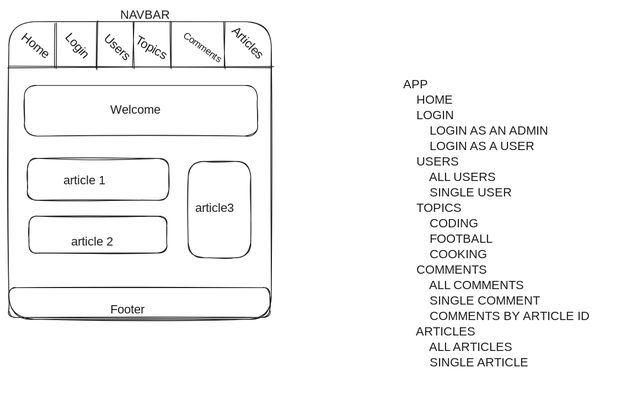
The Excalidraw diagram .excalidraw.svg in yusufhalilyusuf/fe-nc-news, before a commit. Source tidied: one line per element, renumbered; positions are measured from the earlier drawing's top-left corner, leaving out a move shared by most shapes.
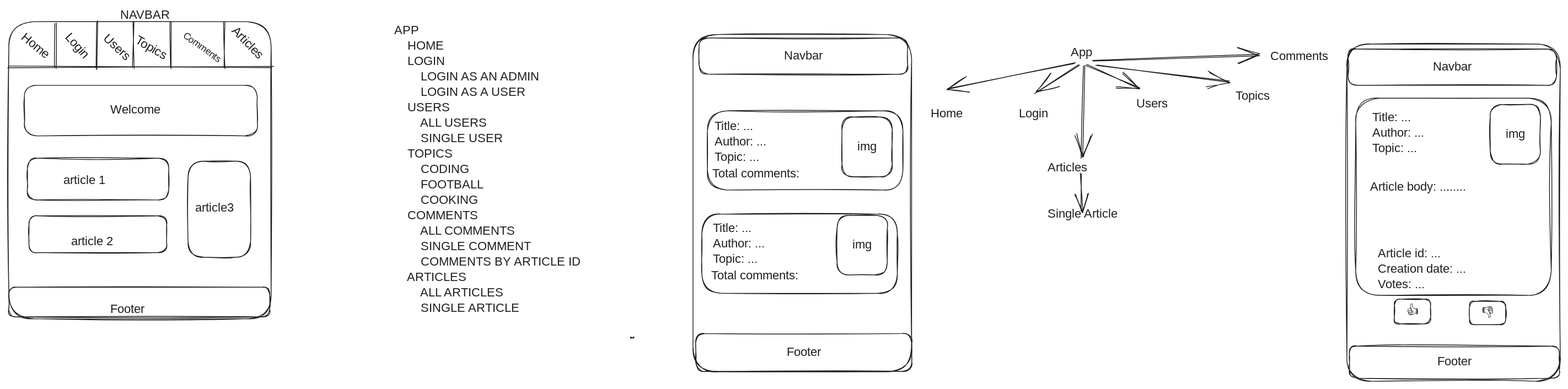
After the change.

Commit message:
added wireframe for articles

Change to the diagram source:
```diff
@@ -16,10 +16,55 @@
 {"id": 15, "type": "text", "text": "article 1", "strokeColor": "#1e1e1e", "strokeWidth": 1, "roughness": 1, "fontSize": 16, "fontFamily": 1, "x": 71, "y": 214, "width": 63, "height": 20}
 {"id": 16, "type": "text", "text": "article 2", "strokeColor": "#1e1e1e", "strokeWidth": 1, "roughness": 1, "fontSize": 16, "fontFamily": 1, "x": 81, "y": 293, "width": 70, "height": 20}
 {"id": 17, "type": "text", "text": "article3", "strokeColor": "#1e1e1e", "strokeWidth": 1, "roughness": 1, "fontSize": 16, "fontFamily": 1, "x": 242, "y": 250, "width": 62, "height": 20}
-{"id": 18, "type": "text", "text": "APP\n    HOME\n    LOGIN\n        LOGIN AS AN ADMIN\n        LOGIN AS A USER\n    USERS\n        ALL USERS\n        SINGLE USER\n    TOPICS\n        CODING\n        FOOTBALL\n        COOKING\n    COMMENTS\n        ALL COMMENTS\n        SINGLE COMMENT\n        COMMENTS BY ARTICLE ID\n    ARTICLES\n        ALL ARTICLES\n        SINGLE ARTICLE\n        ", "strokeColor": "#1e1e1e", "strokeWidth": 1, "roughness": 1, "fontSize": 16, "fontFamily": 1, "x": 511, "y": 90, "width": 293, "height": 400}
+{"id": 18, "type": "text", "text": "APP\n    HOME\n    LOGIN\n        LOGIN AS AN ADMIN\n        LOGIN AS A USER\n    USERS\n        ALL USERS\n        SINGLE USER\n    TOPICS\n        CODING\n        FOOTBALL\n        COOKING\n    COMMENTS\n        ALL COMMENTS\n        SINGLE COMMENT\n        COMMENTS BY ARTICLE ID\n    ARTICLES\n        ALL ARTICLES\n        SINGLE ARTICLE\n        ", "strokeColor": "#1e1e1e", "strokeWidth": 1, "roughness": 1, "fontSize": 16, "fontFamily": 1, "x": 499, "y": 20, "width": 293, "height": 400}
 {"id": 19, "type": "text", "text": "NAVBAR", "strokeColor": "#1e1e1e", "strokeWidth": 1, "roughness": 1, "fontSize": 16, "fontFamily": 1, "x": 145, "y": 0, "width": 62, "height": 20}
 {"id": 20, "type": "text", "text": "Topics", "strokeColor": "#1e1e1e", "angle": 0.52, "strokeWidth": 1, "roughness": 1, "fontSize": 16, "fontFamily": 1, "x": 162, "y": 44, "width": 50, "height": 20}
 {"id": 21, "type": "line", "strokeColor": "#1e1e1e", "strokeWidth": 1, "roughness": 1, "round": true, "x": 162, "y": 18, "width": 1, "height": 60, "points": [[0, 0], [-1, 60]]}
 {"id": 22, "type": "line", "strokeColor": "#1e1e1e", "strokeWidth": 1, "roughness": 1, "round": true, "x": 115, "y": 17, "width": 1, "height": 63, "points": [[0, 0], [-1, 63]]}
 {"id": 23, "type": "line", "strokeColor": "#1e1e1e", "strokeWidth": 1, "roughness": 1, "round": true, "x": 60, "y": 19, "width": 0, "height": 60, "points": [[0, 0], [0, 60]]}
 {"id": 24, "type": "text", "text": "Login", "strokeColor": "#1e1e1e", "angle": 0.84, "strokeWidth": 1, "roughness": 1, "fontSize": 16, "fontFamily": 1, "x": 69, "y": 39, "width": 37, "height": 20}
+{"id": 25, "type": "rectangle", "strokeColor": "#1e1e1e", "strokeWidth": 1, "roughness": 1, "round": true, "x": 887, "y": 35, "width": 283, "height": 437}
+{"id": 26, "type": "rectangle", "strokeColor": "#1e1e1e", "strokeWidth": 1, "roughness": 1, "round": true, "x": 894, "y": 39, "width": 270, "height": 47}
+{"id": 27, "type": "text", "text": "Navbar", "strokeColor": "#1e1e1e", "strokeWidth": 1, "roughness": 1, "fontSize": 16, "fontFamily": 1, "textAlign": "center", "verticalAlign": "middle", "inside": 26, "x": 1002, "y": 53, "width": 55, "height": 20}
+{"id": 28, "type": "rectangle", "strokeColor": "#1e1e1e", "strokeWidth": 1, "roughness": 1, "round": true, "x": 905, "y": 134, "width": 253, "height": 103}
+{"id": 29, "type": "text", "text": "Title: ...\nAuthor: ...\nTopic: ...", "strokeColor": "#1e1e1e", "strokeWidth": 1, "roughness": 1, "fontSize": 16, "fontFamily": 1, "x": 914, "y": 144, "width": 77, "height": 60}
+{"id": 30, "type": "rectangle", "strokeColor": "#1e1e1e", "strokeWidth": 1, "roughness": 1, "round": true, "x": 1080, "y": 142, "width": 65, "height": 77}
+{"id": 31, "type": "text", "text": "img", "strokeColor": "#1e1e1e", "strokeWidth": 1, "roughness": 1, "fontSize": 16, "fontFamily": 1, "textAlign": "center", "verticalAlign": "middle", "inside": 30, "x": 1101, "y": 170, "width": 22, "height": 20}
+{"id": 32, "type": "text", "text": "Total comments:", "strokeColor": "#1e1e1e", "strokeWidth": 1, "roughness": 1, "fontSize": 16, "fontFamily": 1, "x": 912, "y": 206, "width": 129, "height": 20}
+{"id": 33, "type": "text", "text": "Title: ...\nAuthor: ...\nTopic: ...", "strokeColor": "#1e1e1e", "strokeWidth": 1, "roughness": 1, "fontSize": 16, "fontFamily": 1, "x": 913, "y": 276, "width": 77, "height": 60}
+{"id": 34, "type": "rectangle", "strokeColor": "#1e1e1e", "strokeWidth": 1, "roughness": 1, "round": true, "x": 1073, "y": 269, "width": 65, "height": 77}
+{"id": 35, "type": "text", "text": "img", "strokeColor": "#1e1e1e", "strokeWidth": 1, "roughness": 1, "fontSize": 16, "fontFamily": 1, "textAlign": "center", "verticalAlign": "middle", "inside": 34, "x": 1095, "y": 298, "width": 22, "height": 20}
+{"id": 36, "type": "text", "text": "Total comments:", "strokeColor": "#1e1e1e", "strokeWidth": 1, "roughness": 1, "fontSize": 16, "fontFamily": 1, "x": 910, "y": 338, "width": 129, "height": 20}
+{"id": 37, "type": "rectangle", "strokeColor": "#1e1e1e", "strokeWidth": 1, "roughness": 1, "round": true, "x": 898, "y": 268, "width": 253, "height": 103}
+{"id": 38, "type": "text", "text": "App", "strokeColor": "#1e1e1e", "strokeWidth": 1, "roughness": 1, "fontSize": 16, "fontFamily": 1, "x": 1376, "y": 49, "width": 26, "height": 20}
+{"id": 39, "type": "text", "text": "Articles \n\n\nSingle Article", "strokeColor": "#1e1e1e", "strokeWidth": 1, "roughness": 1, "fontSize": 16, "fontFamily": 1, "x": 1346, "y": 198, "width": 101, "height": 80}
+{"id": 40, "type": "arrow", "strokeColor": "#1e1e1e", "strokeWidth": 1, "roughness": 1, "endArrowhead": "arrow", "round": true, "from": 38, "to": 39, "x": 1394, "y": 74, "width": 3, "height": 120, "points": [[0, 0], [-3, 120]]}
+{"id": 41, "type": "arrow", "strokeColor": "#1e1e1e", "strokeWidth": 1, "roughness": 1, "endArrowhead": "arrow", "round": true, "x": 1389, "y": 215, "width": 1, "height": 49, "points": [[0, 0], [1, 49]]}
+{"id": 42, "type": "arrow", "strokeColor": "#1e1e1e", "strokeWidth": 1, "roughness": 1, "endArrowhead": "arrow", "round": true, "from": 38, "x": 1387, "y": 74, "width": 57, "height": 36, "points": [[0, 0], [-57, 36]]}
+{"id": 43, "type": "arrow", "strokeColor": "#1e1e1e", "strokeWidth": 1, "roughness": 1, "endArrowhead": "arrow", "round": true, "from": 38, "to": 48, "x": 1396, "y": 75, "width": 68, "height": 29, "points": [[0, 0], [68, 29]]}
+{"id": 44, "type": "arrow", "strokeColor": "#1e1e1e", "strokeWidth": 1, "roughness": 1, "endArrowhead": "arrow", "round": true, "from": 38, "to": 49, "x": 1409, "y": 74, "width": 172, "height": 21, "points": [[0, 0], [172, 21]]}
+{"id": 45, "type": "arrow", "strokeColor": "#1e1e1e", "strokeWidth": 1, "roughness": 1, "endArrowhead": "arrow", "round": true, "from": 38, "x": 1382, "y": 72, "width": 165, "height": 33, "points": [[0, 0], [-165, 33]]}
+{"id": 46, "type": "text", "text": "Home", "strokeColor": "#1e1e1e", "strokeWidth": 1, "roughness": 1, "fontSize": 16, "fontFamily": 1, "x": 1195, "y": 128, "width": 37, "height": 20}
+{"id": 47, "type": "text", "text": "Login", "strokeColor": "#1e1e1e", "strokeWidth": 1, "roughness": 1, "fontSize": 16, "fontFamily": 1, "x": 1309, "y": 128, "width": 37, "height": 20}
+{"id": 48, "type": "text", "text": "Users", "strokeColor": "#1e1e1e", "strokeWidth": 1, "roughness": 1, "fontSize": 16, "fontFamily": 1, "x": 1461, "y": 115, "width": 44, "height": 20}
+{"id": 49, "type": "text", "text": "Topics", "strokeColor": "#1e1e1e", "strokeWidth": 1, "roughness": 1, "fontSize": 16, "fontFamily": 1, "x": 1590, "y": 105, "width": 50, "height": 20}
+{"id": 50, "type": "arrow", "strokeColor": "#1e1e1e", "strokeWidth": 1, "roughness": 1, "endArrowhead": "arrow", "round": true, "from": 38, "to": 51, "x": 1406, "y": 69, "width": 214, "height": 7, "points": [[0, 0], [214, -7]]}
+{"id": 51, "type": "text", "text": "Comments", "strokeColor": "#1e1e1e", "strokeWidth": 1, "roughness": 1, "fontSize": 16, "fontFamily": 1, "x": 1634, "y": 54, "width": 73, "height": 20}
+{"id": 52, "type": "rectangle", "strokeColor": "#1e1e1e", "strokeWidth": 1, "roughness": 1, "round": true, "x": 1734, "y": 47, "width": 276, "height": 437}
+{"id": 53, "type": "rectangle", "strokeColor": "#1e1e1e", "strokeWidth": 1, "roughness": 1, "round": true, "x": 1735, "y": 54, "width": 270, "height": 47}
+{"id": 54, "type": "text", "text": "Navbar", "strokeColor": "#1e1e1e", "strokeWidth": 1, "roughness": 1, "fontSize": 16, "fontFamily": 1, "textAlign": "center", "verticalAlign": "middle", "inside": 53, "x": 1843, "y": 67, "width": 55, "height": 20}
+{"id": 55, "type": "rectangle", "strokeColor": "#1e1e1e", "strokeWidth": 1, "roughness": 1, "round": true, "x": 1745, "y": 117, "width": 253, "height": 256}
+{"id": 56, "type": "rectangle", "strokeColor": "#1e1e1e", "strokeWidth": 1, "roughness": 1, "round": true, "x": 1920, "y": 125, "width": 65, "height": 77}
+{"id": 57, "type": "text", "text": "img", "strokeColor": "#1e1e1e", "strokeWidth": 1, "roughness": 1, "fontSize": 16, "fontFamily": 1, "textAlign": "center", "verticalAlign": "middle", "inside": 56, "x": 1941, "y": 154, "width": 22, "height": 20}
+{"id": 58, "type": "text", "text": "Title: ...\nAuthor: ...\nTopic: ...", "strokeColor": "#1e1e1e", "strokeWidth": 1, "roughness": 1, "fontSize": 16, "fontFamily": 1, "x": 1767, "y": 133, "width": 77, "height": 60}
+{"id": 59, "type": "text", "text": "Article body: ........", "strokeColor": "#1e1e1e", "strokeWidth": 1, "roughness": 1, "fontSize": 16, "fontFamily": 1, "x": 1764, "y": 223, "width": 139, "height": 20}
+{"id": 60, "type": "text", "text": "Article id: ...\nCreation date: ...\nVotes: ...", "strokeColor": "#1e1e1e", "strokeWidth": 1, "roughness": 1, "fontSize": 16, "fontFamily": 1, "x": 1774, "y": 309, "width": 136, "height": 60}
+{"id": 61, "type": "rectangle", "strokeColor": "#1e1e1e", "strokeWidth": 1, "roughness": 1, "round": true, "x": 1795, "y": 378, "width": 47, "height": 32}
+{"id": 62, "type": "text", "text": "👍", "strokeColor": "#1e1e1e", "strokeWidth": 1, "roughness": 1, "fontSize": 16, "fontFamily": 1, "textAlign": "center", "verticalAlign": "middle", "inside": 61, "x": 1809, "y": 384, "width": 20, "height": 20}
+{"id": 63, "type": "rectangle", "strokeColor": "#1e1e1e", "strokeWidth": 1, "roughness": 1, "round": true, "x": 1893, "y": 381, "width": 47, "height": 30}
+{"id": 64, "type": "text", "text": "👎", "strokeColor": "#1e1e1e", "strokeWidth": 1, "roughness": 1, "fontSize": 16, "fontFamily": 1, "textAlign": "center", "verticalAlign": "middle", "inside": 63, "x": 1906, "y": 386, "width": 20, "height": 20}
+{"id": 65, "type": "rectangle", "strokeColor": "#1e1e1e", "strokeWidth": 1, "roughness": 1, "round": true, "x": 806, "y": 428, "width": 4, "height": 0}
+{"id": 66, "type": "rectangle", "strokeColor": "#1e1e1e", "strokeWidth": 1, "roughness": 1, "round": true, "x": 890, "y": 422, "width": 280, "height": 49}
+{"id": 67, "type": "text", "text": "Footer", "strokeColor": "#1e1e1e", "strokeWidth": 1, "roughness": 1, "fontSize": 16, "fontFamily": 1, "textAlign": "center", "verticalAlign": "middle", "inside": 66, "x": 1004, "y": 437, "width": 52, "height": 20}
+{"id": 68, "type": "rectangle", "strokeColor": "#1e1e1e", "strokeWidth": 1, "roughness": 1, "round": true, "x": 1737, "y": 439, "width": 272, "height": 42}
+{"id": 69, "type": "text", "text": "Footer", "strokeColor": "#1e1e1e", "strokeWidth": 1, "roughness": 1, "fontSize": 16, "fontFamily": 1, "textAlign": "center", "verticalAlign": "middle", "inside": 68, "x": 1847, "y": 449, "width": 52, "height": 20}
```
